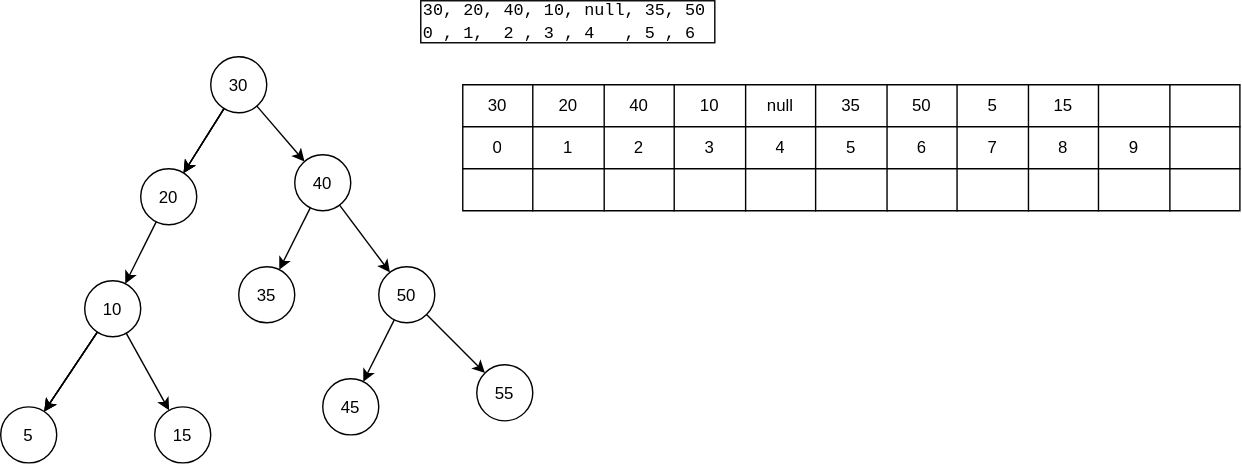
Before: База/Структуры данных/2. Быстро находить данные и проверять условия/2.3. Проверять принадлежность и уникальность/Множество (Set)/binary-tree.drawio.svg, a diagram exported from draw.io (kosukhin/catalog). Source tidied: cells renumbered, new cells last; positions are measured from the earlier drawing's top-left corner, leaving out a move shared by most shapes.
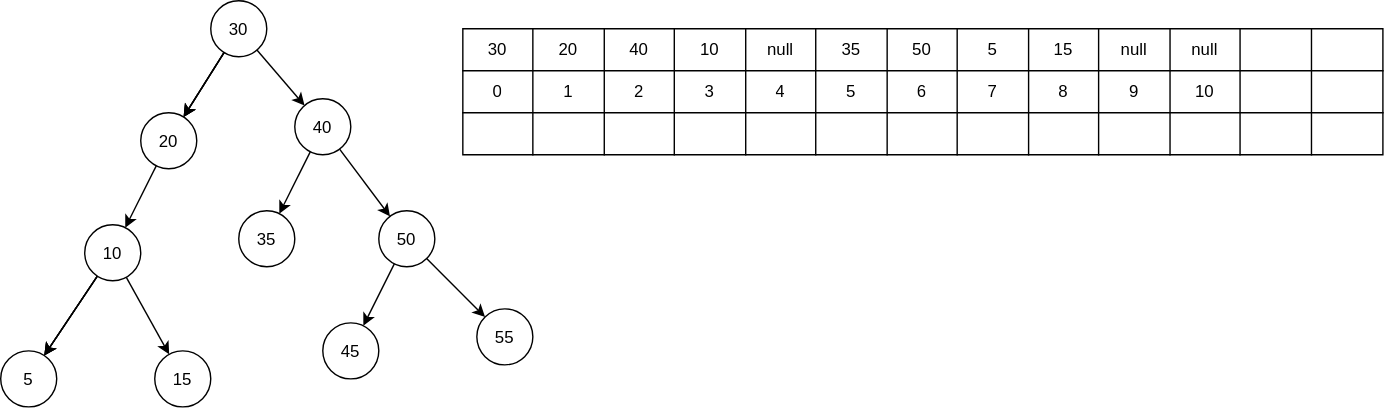
After the commit.

What changed in the source:
```diff
@@ -41,9 +41,6 @@
     <mxCell id="14" value="10&lt;div&gt;&lt;br/&gt;&lt;/div&gt;" style="ellipse;whiteSpace=wrap;html=1;shapeInside=1;" parent="1" vertex="1">
       <mxGeometry x="60" y="200" width="40" height="40" as="geometry" />
     </mxCell>
-    <mxCell id="15" value="&lt;font face=&quot;Courier New&quot;&gt;30, 20, 40, 10, null, 35, 50&lt;/font&gt;&lt;div style=&quot;&quot;&gt;&lt;font face=&quot;Courier New&quot;&gt;0 , 1,&amp;nbsp; 2 , 3 , 4&amp;nbsp; &amp;nbsp;, 5 , 6&lt;/font&gt;&lt;/div&gt;" style="rounded=0;whiteSpace=wrap;html=1;align=left;" parent="1" vertex="1">
-      <mxGeometry x="300" width="210" height="30" as="geometry" />
-    </mxCell>
     <mxCell id="16" style="edgeStyle=none;html=1;" parent="1" edge="1" source="14" target="17">
       <mxGeometry relative="1" as="geometry" />
     </mxCell>
@@ -75,10 +72,10 @@
       <mxGeometry x="340" y="260" width="40" height="40" as="geometry" />
     </mxCell>
     <mxCell id="26" style="shape=table;startSize=0;fixedHeader=1;tableRender=collapsed;" parent="1" vertex="1">
-      <mxGeometry x="330" y="60" width="555" height="90" as="geometry" />
+      <mxGeometry x="330" y="60" width="657" height="90" as="geometry" />
     </mxCell>
     <mxCell id="27" style="shape=tableRow;horizontal=0;startSize=0;swimlaneHead=0;swimlaneBody=0;strokeColor=inherit;fillColor=none;fixedHeader=1;" parent="26" vertex="1">
-      <mxGeometry width="555" height="30" as="geometry" />
+      <mxGeometry width="657" height="30" as="geometry" />
     </mxCell>
     <mxCell id="28" value="30" style="shape=partialRectangle;html=1;whiteSpace=wrap;strokeColor=inherit;overflow=hidden;fillColor=none;" parent="27" vertex="1">
       <mxGeometry width="50" height="30" as="geometry" />
@@ -107,14 +104,20 @@
     <mxCell id="36" value="15" style="shape=partialRectangle;html=1;whiteSpace=wrap;strokeColor=inherit;overflow=hidden;fillColor=none;" parent="27" vertex="1">
       <mxGeometry x="404" width="50" height="30" as="geometry" />
     </mxCell>
-    <mxCell id="37" style="shape=partialRectangle;html=1;whiteSpace=wrap;strokeColor=inherit;overflow=hidden;fillColor=none;" parent="27" vertex="1">
+    <mxCell id="37" value="null" style="shape=partialRectangle;html=1;whiteSpace=wrap;strokeColor=inherit;overflow=hidden;fillColor=none;" parent="27" vertex="1">
       <mxGeometry x="454" width="51" height="30" as="geometry" />
     </mxCell>
-    <mxCell id="38" style="shape=partialRectangle;html=1;whiteSpace=wrap;strokeColor=inherit;overflow=hidden;fillColor=none;" parent="27" vertex="1">
+    <mxCell id="38" value="null" style="shape=partialRectangle;html=1;whiteSpace=wrap;strokeColor=inherit;overflow=hidden;fillColor=none;" parent="27" vertex="1">
       <mxGeometry x="505" width="50" height="30" as="geometry" />
     </mxCell>
+    <mxCell id="63" style="shape=partialRectangle;html=1;whiteSpace=wrap;strokeColor=inherit;overflow=hidden;fillColor=none;" parent="27" vertex="1">
+      <mxGeometry x="555" width="51" height="30" as="geometry" />
+    </mxCell>
+    <mxCell id="64" style="shape=partialRectangle;html=1;whiteSpace=wrap;strokeColor=inherit;overflow=hidden;fillColor=none;" parent="27" vertex="1">
+      <mxGeometry x="606" width="51" height="30" as="geometry" />
+    </mxCell>
     <mxCell id="39" style="shape=tableRow;horizontal=0;startSize=0;swimlaneHead=0;swimlaneBody=0;strokeColor=inherit;fillColor=none;fixedHeader=1;" parent="26" vertex="1">
-      <mxGeometry y="30" width="555" height="30" as="geometry" />
+      <mxGeometry y="30" width="657" height="30" as="geometry" />
     </mxCell>
     <mxCell id="40" value="0" style="shape=partialRectangle;html=1;whiteSpace=wrap;strokeColor=inherit;overflow=hidden;fillColor=none;" parent="39" vertex="1">
       <mxGeometry width="50" height="30" as="geometry" />
@@ -146,11 +149,17 @@
     <mxCell id="49" value="9" style="shape=partialRectangle;html=1;whiteSpace=wrap;strokeColor=inherit;overflow=hidden;fillColor=none;" parent="39" vertex="1">
       <mxGeometry x="454" width="51" height="30" as="geometry" />
     </mxCell>
-    <mxCell id="50" style="shape=partialRectangle;html=1;whiteSpace=wrap;strokeColor=inherit;overflow=hidden;fillColor=none;" parent="39" vertex="1">
+    <mxCell id="50" value="10" style="shape=partialRectangle;html=1;whiteSpace=wrap;strokeColor=inherit;overflow=hidden;fillColor=none;" parent="39" vertex="1">
       <mxGeometry x="505" width="50" height="30" as="geometry" />
     </mxCell>
+    <mxCell id="65" style="shape=partialRectangle;html=1;whiteSpace=wrap;strokeColor=inherit;overflow=hidden;fillColor=none;" parent="39" vertex="1">
+      <mxGeometry x="555" width="51" height="30" as="geometry" />
+    </mxCell>
+    <mxCell id="66" style="shape=partialRectangle;html=1;whiteSpace=wrap;strokeColor=inherit;overflow=hidden;fillColor=none;" parent="39" vertex="1">
+      <mxGeometry x="606" width="51" height="30" as="geometry" />
+    </mxCell>
     <mxCell id="51" style="shape=tableRow;horizontal=0;startSize=0;swimlaneHead=0;swimlaneBody=0;strokeColor=inherit;fillColor=none;fixedHeader=1;" parent="26" vertex="1">
-      <mxGeometry y="60" width="555" height="30" as="geometry" />
+      <mxGeometry y="60" width="657" height="30" as="geometry" />
     </mxCell>
     <mxCell id="52" style="shape=partialRectangle;html=1;whiteSpace=wrap;strokeColor=inherit;overflow=hidden;fillColor=none;" parent="51" vertex="1">
       <mxGeometry width="50" height="30" as="geometry" />
@@ -185,5 +194,11 @@
     <mxCell id="62" style="shape=partialRectangle;html=1;whiteSpace=wrap;strokeColor=inherit;overflow=hidden;fillColor=none;" parent="51" vertex="1">
       <mxGeometry x="505" width="50" height="30" as="geometry" />
     </mxCell>
+    <mxCell id="67" style="shape=partialRectangle;html=1;whiteSpace=wrap;strokeColor=inherit;overflow=hidden;fillColor=none;" parent="51" vertex="1">
+      <mxGeometry x="555" width="51" height="30" as="geometry" />
+    </mxCell>
+    <mxCell id="68" style="shape=partialRectangle;html=1;whiteSpace=wrap;strokeColor=inherit;overflow=hidden;fillColor=none;" parent="51" vertex="1">
+      <mxGeometry x="606" width="51" height="30" as="geometry" />
+    </mxCell>
   </root>
 </mxGraphModel>
```
